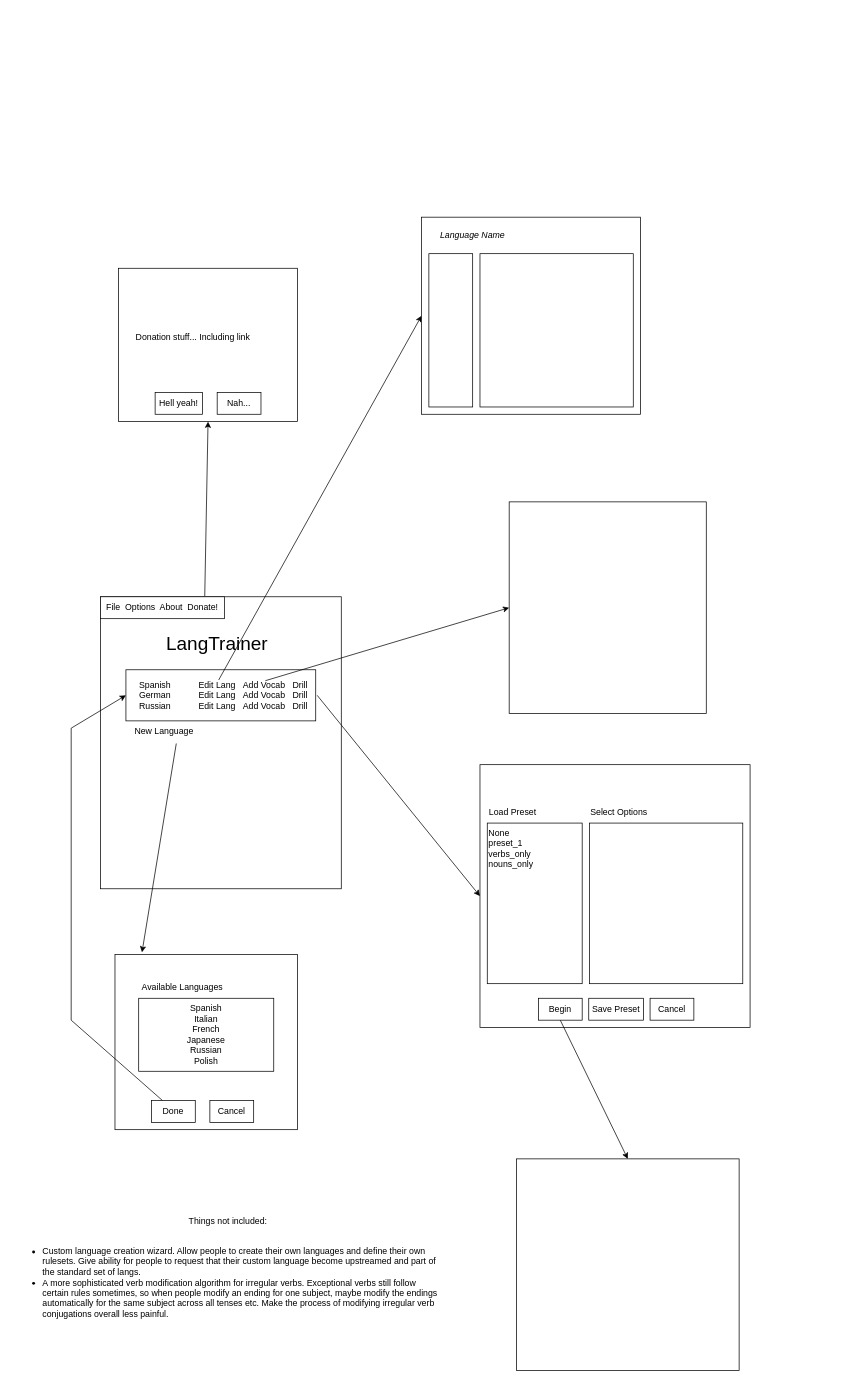
This is LangTrainerConcept0.1.0.drawio from LiamSkirrow/LangTrainer, a draw.io file, before an edit. Source tidied: cells renumbered, new cells numbered last; positions are measured from the earlier drawing's top-left corner, leaving out a move shared by most shapes. Both pictures are drawn from the tidied source at 73%, with x=0, y=0 at pixel (12, 217).
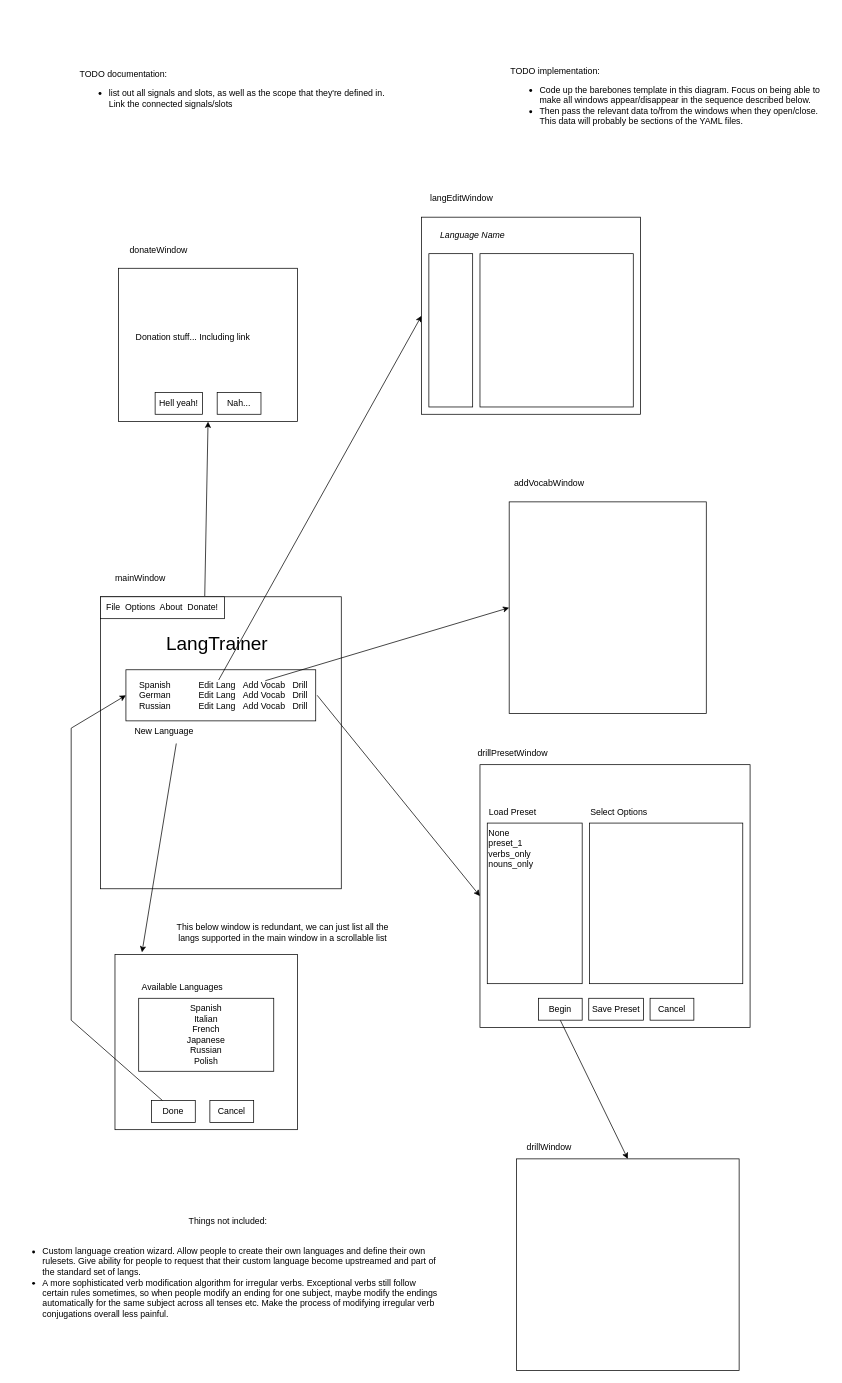
The same diagram, later.

Commit message (it also covers changes not shown here):
Add yaml-cpp to CMake deps, invoke yaml-cpp in code

Change to the diagram source:
```diff
@@
+    <mxCell id="42" value="This below window is redundant, we can just list all the langs supported in the main window in a scrollable list" style="text;html=1;whiteSpace=wrap;strokeColor=none;fillColor=none;align=center;verticalAlign=middle;rounded=0;" parent="1" vertex="1">
+      <mxGeometry x="210" y="965" width="320" height="30" as="geometry" />
+    </mxCell>
+    <mxCell id="43" value="mainWindow" style="text;html=1;whiteSpace=wrap;strokeColor=none;fillColor=none;align=center;verticalAlign=middle;rounded=0;" parent="1" vertex="1">
+      <mxGeometry x="130" y="480" width="90" height="30" as="geometry" />
+    </mxCell>
+    <mxCell id="44" value="donateWindow" style="text;html=1;whiteSpace=wrap;strokeColor=none;fillColor=none;align=center;verticalAlign=middle;rounded=0;" parent="1" vertex="1">
+      <mxGeometry x="155" y="30" width="90" height="30" as="geometry" />
+    </mxCell>
+    <mxCell id="45" value="langEditWindow" style="text;html=1;whiteSpace=wrap;strokeColor=none;fillColor=none;align=center;verticalAlign=middle;rounded=0;" parent="1" vertex="1">
+      <mxGeometry x="570" y="-40" width="90" height="30" as="geometry" />
+    </mxCell>
+    <mxCell id="46" value="addVocabWindow" style="text;html=1;whiteSpace=wrap;strokeColor=none;fillColor=none;align=center;verticalAlign=middle;rounded=0;" parent="1" vertex="1">
+      <mxGeometry x="690" y="350" width="90" height="30" as="geometry" />
+    </mxCell>
+    <mxCell id="47" value="drillPresetWindow" style="text;html=1;whiteSpace=wrap;strokeColor=none;fillColor=none;align=center;verticalAlign=middle;rounded=0;" parent="1" vertex="1">
+      <mxGeometry x="640" y="720" width="90" height="30" as="geometry" />
+    </mxCell>
+    <mxCell id="48" value="drillWindow" style="text;html=1;whiteSpace=wrap;strokeColor=none;fillColor=none;align=center;verticalAlign=middle;rounded=0;" parent="1" vertex="1">
+      <mxGeometry x="690" y="1260" width="90" height="30" as="geometry" />
+    </mxCell>
+    <mxCell id="49" value="TODO documentation:&lt;div&gt;&lt;ul&gt;&lt;li&gt;list out all signals and slots, as well as the scope that they're defined in. Link the connected signals/slots&lt;/li&gt;&lt;/ul&gt;&lt;/div&gt;" style="text;html=1;whiteSpace=wrap;strokeColor=none;fillColor=none;align=left;verticalAlign=middle;rounded=0;" parent="1" vertex="1">
+      <mxGeometry x="90" y="-280" width="440" height="220" as="geometry" />
+    </mxCell>
+    <mxCell id="50" value="TODO implementation:&lt;div&gt;&lt;ul&gt;&lt;li&gt;Code up the barebones template in this diagram. Focus on being able to make all windows appear/disappear in the sequence described below.&amp;nbsp;&lt;/li&gt;&lt;li&gt;Then pass the relevant data to/from the windows when they open/close. This data will probably be sections of the YAML files.&amp;nbsp;&lt;/li&gt;&lt;/ul&gt;&lt;/div&gt;" style="text;html=1;whiteSpace=wrap;strokeColor=none;fillColor=none;align=left;verticalAlign=middle;rounded=0;" parent="1" vertex="1">
+      <mxGeometry x="680" y="-270" width="440" height="220" as="geometry" />
+    </mxCell>
```
